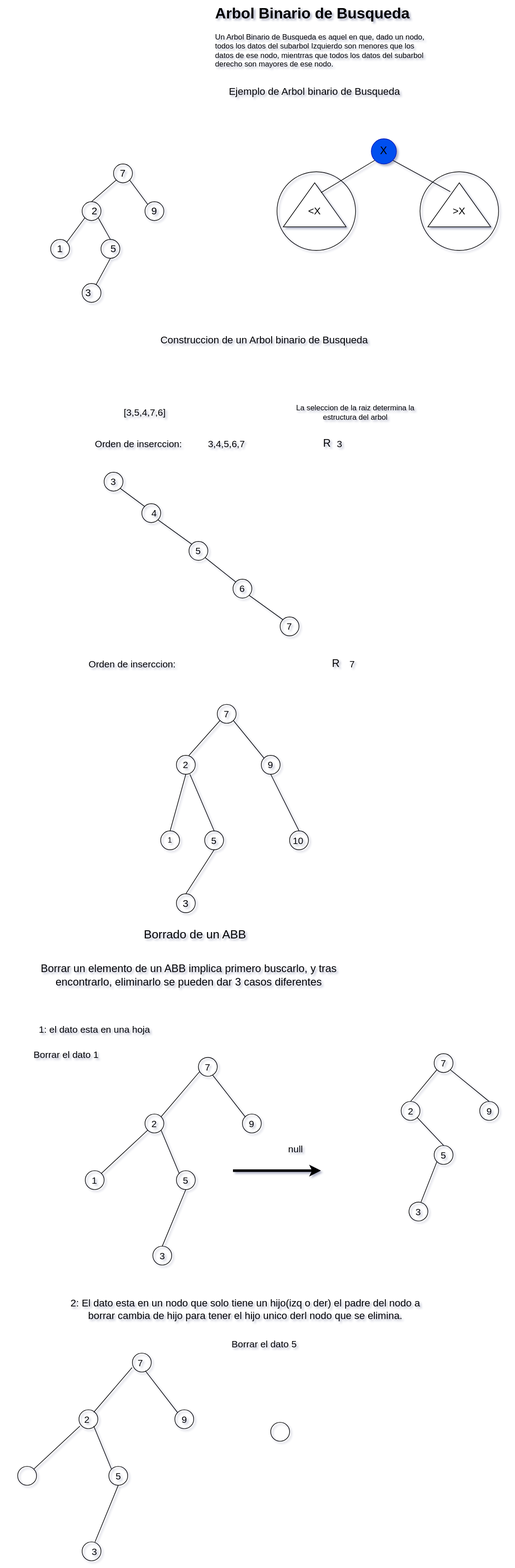
Above: Estructura-de-datos/Arboles/Arbol-binario-busqueda.drawio.svg in Nordcode-cyber/Algoritmos-Estructdatos (draw.io), before the change. Source tidied: cells renumbered, new cells last; positions are measured from the earlier drawing's top-left corner, leaving out a move shared by most shapes.
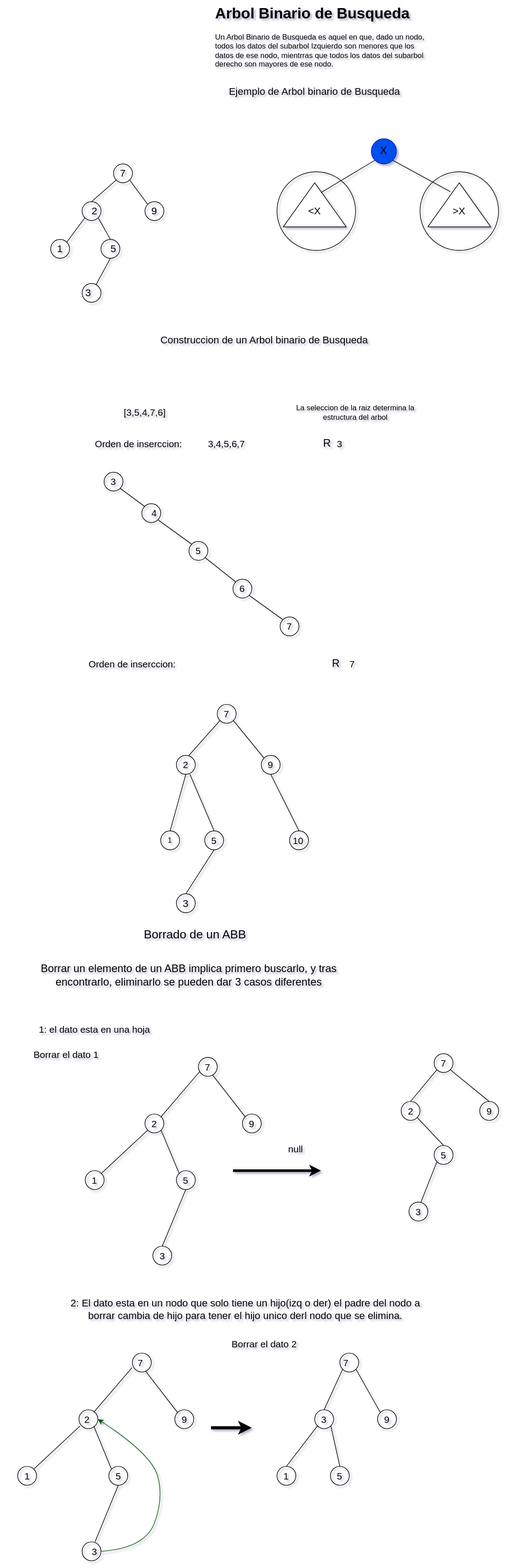
After the change.

Diff of the diagram source:
```diff
@@ -340,7 +340,7 @@
     <mxCell id="112" value="&lt;font style=&quot;color: light-dark(rgb(0, 0, 0), rgb(0, 255, 128)); font-size: 16px;&quot;&gt;2: El dato esta en un nodo que solo tiene un hijo(izq o der) el padre del nodo a borrar cambia de hijo para tener el hijo unico derl nodo que se elimina.&lt;/font&gt;" style="text;html=1;align=center;verticalAlign=middle;whiteSpace=wrap;rounded=0;" parent="1" vertex="1">
       <mxGeometry x="110" y="2050" width="560" height="60" as="geometry" />
     </mxCell>
-    <mxCell id="113" value="&lt;font style=&quot;color: light-dark(rgb(0, 0, 0), rgb(255, 0, 0)); font-size: 15px;&quot;&gt;Borrar el dato 5&lt;/font&gt;" style="text;html=1;align=center;verticalAlign=middle;whiteSpace=wrap;rounded=0;" parent="1" vertex="1">
+    <mxCell id="113" value="&lt;font style=&quot;color: light-dark(rgb(0, 0, 0), rgb(255, 0, 0)); font-size: 15px;&quot;&gt;Borrar el dato 2&lt;/font&gt;" style="text;html=1;align=center;verticalAlign=middle;whiteSpace=wrap;rounded=0;" parent="1" vertex="1">
       <mxGeometry x="315" y="2120" width="210" height="30" as="geometry" />
     </mxCell>
     <mxCell id="114" value="&lt;font style=&quot;font-size: 15px; color: light-dark(rgb(0, 0, 0), rgb(0, 255, 128));&quot;&gt;7&lt;/font&gt;" style="text;html=1;align=center;verticalAlign=middle;whiteSpace=wrap;rounded=0;" parent="1" vertex="1">
@@ -406,7 +406,64 @@
       <mxGeometry x="277.5" y="2240" width="30" height="30" as="geometry" />
     </mxCell>
     <mxCell id="130" style="ellipse;whiteSpace=wrap;html=1;fillColor=none;" parent="1" vertex="1">
-      <mxGeometry x="430" y="2260" width="30" height="30" as="geometry" />
+      <mxGeometry x="540" y="2150" width="30" height="30" as="geometry" />
     </mxCell>
+    <mxCell id="131" style="ellipse;whiteSpace=wrap;html=1;fillColor=none;" parent="1" vertex="1">
+      <mxGeometry x="600" y="2240" width="30" height="30" as="geometry" />
+    </mxCell>
+    <mxCell id="132" style="endArrow=classic;html=1;strokeWidth=5;" parent="1" edge="1">
+      <mxGeometry relative="1" as="geometry">
+        <mxPoint x="335" y="2268.6" as="sourcePoint" />
+        <mxPoint x="400" y="2268.6" as="targetPoint" />
+      </mxGeometry>
+    </mxCell>
+    <mxCell id="133" style="ellipse;whiteSpace=wrap;html=1;fillColor=none;" parent="1" vertex="1">
+      <mxGeometry x="500" y="2240" width="30" height="30" as="geometry" />
+    </mxCell>
+    <mxCell id="134" value="&lt;font style=&quot;color: light-dark(rgb(0, 0, 0), rgb(66, 255, 46)); font-size: 15px;&quot;&gt;1&lt;/font&gt;" style="text;html=1;align=center;verticalAlign=middle;whiteSpace=wrap;rounded=0;" parent="1" vertex="1">
+      <mxGeometry x="12.5" y="2330" width="60" height="30" as="geometry" />
+    </mxCell>
+    <mxCell id="135" style="ellipse;whiteSpace=wrap;html=1;fillColor=none;" parent="1" vertex="1">
+      <mxGeometry x="440" y="2330" width="30" height="30" as="geometry" />
+    </mxCell>
+    <mxCell id="136" style="ellipse;whiteSpace=wrap;html=1;fillColor=none;" parent="1" vertex="1">
+      <mxGeometry x="525" y="2330" width="30" height="30" as="geometry" />
+    </mxCell>
+    <mxCell id="137" style="curved=1;endArrow=classic;html=1;entryX=1;entryY=0.5;entryDx=0;entryDy=0;fillColor=#008a00;strokeColor=#005700;exitX=1;exitY=0.5;exitDx=0;exitDy=0;" parent="1" edge="1" source="125" target="127">
+      <mxGeometry relative="1" as="geometry">
+        <Array as="points">
+          <mxPoint x="230" y="2460" />
+          <mxPoint x="260" y="2380" />
+          <mxPoint x="240" y="2310" />
+        </Array>
+      </mxGeometry>
+    </mxCell>
+    <mxCell id="138" value="&lt;font style=&quot;color: light-dark(rgb(0, 0, 0), rgb(66, 255, 46)); font-size: 15px;&quot;&gt;1&lt;/font&gt;" style="text;html=1;align=center;verticalAlign=middle;whiteSpace=wrap;rounded=0;" parent="1" vertex="1">
+      <mxGeometry x="425" y="2330" width="60" height="30" as="geometry" />
+    </mxCell>
+    <mxCell id="139" value="&lt;font style=&quot;color: light-dark(rgb(0, 0, 0), rgb(66, 255, 46)); font-size: 15px;&quot;&gt;7&lt;/font&gt;" style="text;html=1;align=center;verticalAlign=middle;whiteSpace=wrap;rounded=0;" parent="1" vertex="1">
+      <mxGeometry x="520" y="2150" width="60" height="30" as="geometry" />
+    </mxCell>
+    <mxCell id="140" value="&lt;font style=&quot;color: light-dark(rgb(0, 0, 0), rgb(66, 255, 46)); font-size: 15px;&quot;&gt;3&lt;/font&gt;" style="text;html=1;align=center;verticalAlign=middle;whiteSpace=wrap;rounded=0;" parent="1" vertex="1">
+      <mxGeometry x="485" y="2240" width="60" height="30" as="geometry" />
+    </mxCell>
+    <mxCell id="141" value="&lt;font style=&quot;color: light-dark(rgb(0, 0, 0), rgb(66, 255, 46)); font-size: 15px;&quot;&gt;5&lt;/font&gt;" style="text;html=1;align=center;verticalAlign=middle;whiteSpace=wrap;rounded=0;" parent="1" vertex="1">
+      <mxGeometry x="510" y="2330" width="60" height="30" as="geometry" />
+    </mxCell>
+    <mxCell id="142" style="endArrow=none;html=1;entryX=1;entryY=1;entryDx=0;entryDy=0;exitX=0;exitY=0;exitDx=0;exitDy=0;" parent="1" edge="1" source="131" target="130">
+      <mxGeometry relative="1" as="geometry" />
+    </mxCell>
+    <mxCell id="143" style="endArrow=none;html=1;entryX=0;entryY=1;entryDx=0;entryDy=0;exitX=0.5;exitY=0;exitDx=0;exitDy=0;" parent="1" edge="1" source="133" target="130">
+      <mxGeometry relative="1" as="geometry" />
+    </mxCell>
+    <mxCell id="144" style="endArrow=none;html=1;exitX=0.5;exitY=0;exitDx=0;exitDy=0;entryX=1;entryY=1;entryDx=0;entryDy=0;" parent="1" edge="1" source="136" target="133">
+      <mxGeometry relative="1" as="geometry" />
+    </mxCell>
+    <mxCell id="145" style="endArrow=none;html=1;entryX=0;entryY=1;entryDx=0;entryDy=0;exitX=0.5;exitY=0;exitDx=0;exitDy=0;" parent="1" edge="1" source="135" target="133">
+      <mxGeometry relative="1" as="geometry" />
+    </mxCell>
+    <mxCell id="146" value="&lt;font style=&quot;color: light-dark(rgb(0, 0, 0), rgb(66, 255, 46)); font-size: 15px;&quot;&gt;9&lt;/font&gt;" style="text;html=1;align=center;verticalAlign=middle;whiteSpace=wrap;rounded=0;" parent="1" vertex="1">
+      <mxGeometry x="585" y="2240" width="60" height="30" as="geometry" />
+    </mxCell>
   </root>
 </mxGraphModel>
```
